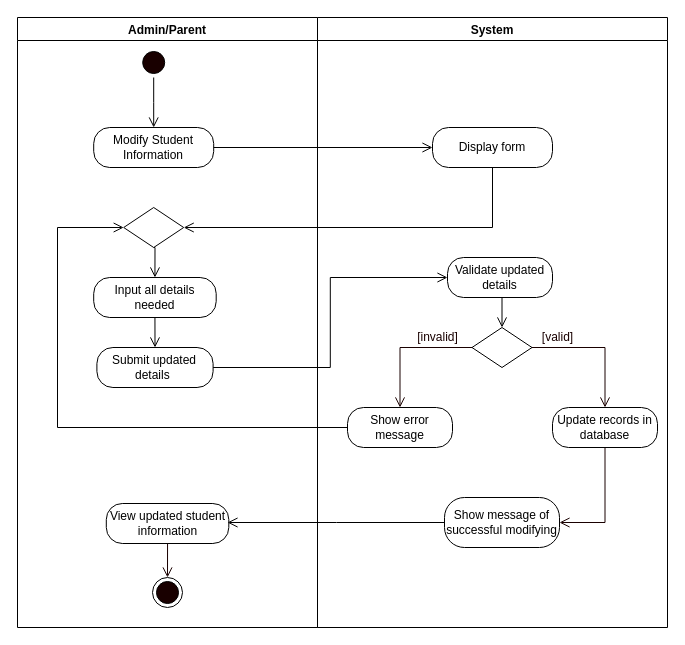
mrklglsn/CAPSTONE-FILES keeps this draw.io diagram as page "Modify Student" (3 of 8) of REVISIONS/UML-DIAGRAMS/6-9-2021/ACTIVITY DIAGRAM/ACTIVITY DIAGRAM.drawio. Above is the earlier version. Source tidied: cells renumbered, new cells numbered last; positions are measured from the earlier drawing's top-left corner, leaving out a move shared by most shapes. Both pictures are drawn from the tidied source at 100%, with x=0, y=0 at pixel (17, 17).
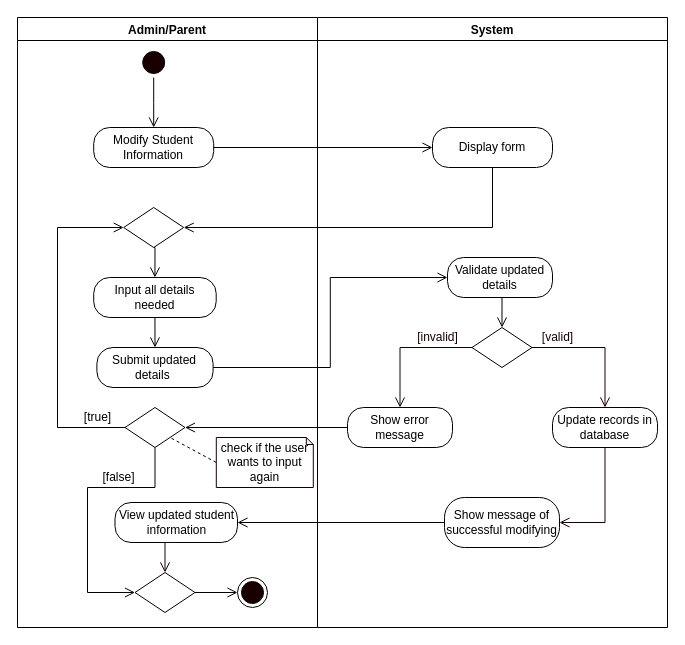
After the change.

The change refers to these unchanged cells:
```xml
<mxCell id="2" value="Admin/Parent" style="swimlane;startSize=23;" parent="1" vertex="1">
  <mxGeometry width="300" height="610" as="geometry" />
</mxCell>
<mxCell id="10" style="rhombus;whiteSpace=wrap;html=1;" parent="2" vertex="1">
  <mxGeometry x="106.2" y="190" width="60" height="40" as="geometry" />
</mxCell>
<mxCell id="20" value="Show error message" style="rounded=1;whiteSpace=wrap;html=1;arcSize=40;" parent="14" vertex="1">
  <mxGeometry x="30" y="390" width="105" height="40" as="geometry" />
</mxCell>
<mxCell id="25" value="Show message of successful modifying" style="rounded=1;whiteSpace=wrap;html=1;arcSize=40;" parent="14" vertex="1">
  <mxGeometry x="127" y="480" width="115" height="50" as="geometry" />
</mxCell>
```

Change to the diagram source:
```diff
@@
     <mxCell id="11" value="View updated student information" style="rounded=1;whiteSpace=wrap;html=1;arcSize=40;" parent="2" vertex="1">
-      <mxGeometry x="88.8" y="486" width="122.5" height="40" as="geometry" />
+      <mxGeometry x="97.5" y="485" width="122.5" height="40" as="geometry" />
     </mxCell>
     <mxCell id="12" style="ellipse;html=1;shape=endState;fillColor=#190000;" parent="2" vertex="1">
-      <mxGeometry x="135" y="560" width="30" height="30" as="geometry" />
+      <mxGeometry x="220" y="560" width="30" height="30" as="geometry" />
     </mxCell>
-    <mxCell id="13" style="edgeStyle=orthogonalEdgeStyle;rounded=0;jettySize=auto;html=1;exitX=0.5;exitY=1;exitDx=0;exitDy=0;fontColor=#FFFFFF;endArrow=open;endFill=0;endSize=8;strokeColor=#190000;entryX=0.5;entryY=0;entryDx=0;entryDy=0;" parent="2" edge="1" source="11">
-      <mxGeometry relative="1" as="geometry">
-        <mxPoint x="150" y="560" as="targetPoint" />
-      </mxGeometry>
+    <mxCell id="13" style="edgeStyle=orthogonalEdgeStyle;rounded=0;jettySize=auto;html=1;exitX=0.5;exitY=1;exitDx=0;exitDy=0;fontColor=#FFFFFF;endArrow=open;endFill=0;endSize=8;strokeColor=#190000;entryX=0.5;entryY=0;entryDx=0;entryDy=0;" parent="2" edge="1" source="11" target="33">
+      <mxGeometry relative="1" as="geometry" />
     </mxCell>
+    <mxCell id="32" style="edgeStyle=orthogonalEdgeStyle;rounded=0;jettySize=auto;html=1;exitX=1;exitY=0.5;exitDx=0;exitDy=0;entryX=0;entryY=0.5;entryDx=0;entryDy=0;endArrow=open;endFill=0;endSize=8;" parent="2" edge="1" source="33" target="12">
+      <mxGeometry relative="1" as="geometry" />
+    </mxCell>
+    <mxCell id="33" style="rhombus;whiteSpace=wrap;html=1;" parent="2" vertex="1">
+      <mxGeometry x="117.5" y="555" width="60" height="40" as="geometry" />
+    </mxCell>
+    <mxCell id="34" value="[false]" style="text;html=1;align=center;verticalAlign=middle;strokeColor=none;" parent="2" vertex="1">
+      <mxGeometry x="76.2" y="450" width="50" height="20" as="geometry" />
+    </mxCell>
@@
-    <mxCell id="30" style="edgeStyle=orthogonalEdgeStyle;rounded=0;jettySize=auto;html=1;exitX=0;exitY=0.5;exitDx=0;exitDy=0;endArrow=open;endFill=0;endSize=8;entryX=0;entryY=0.5;entryDx=0;entryDy=0;" parent="1" edge="1" source="20" target="10">
+    <mxCell id="30" style="edgeStyle=orthogonalEdgeStyle;rounded=0;jettySize=auto;html=1;exitX=0;exitY=0.5;exitDx=0;exitDy=0;endArrow=open;endFill=0;endSize=8;entryX=0;entryY=0.5;entryDx=0;entryDy=0;" parent="1" edge="1" source="36" target="10">
       <mxGeometry relative="1" as="geometry">
         <Array as="points">
           <mxPoint x="40" y="410" />
           <mxPoint x="40" y="210" />
         </Array>
       </mxGeometry>
     </mxCell>
-    <mxCell id="31" style="edgeStyle=orthogonalEdgeStyle;rounded=0;jettySize=auto;html=1;exitX=0;exitY=0.5;exitDx=0;exitDy=0;endArrow=open;endFill=0;endSize=8;" parent="1" edge="1" source="25">
-      <mxGeometry relative="1" as="geometry">
-        <mxPoint x="210" y="505" as="targetPoint" />
-      </mxGeometry>
+    <mxCell id="31" style="edgeStyle=orthogonalEdgeStyle;rounded=0;jettySize=auto;html=1;exitX=0;exitY=0.5;exitDx=0;exitDy=0;endArrow=open;endFill=0;endSize=8;entryX=1;entryY=0.5;entryDx=0;entryDy=0;" parent="1" edge="1" source="25" target="11">
+      <mxGeometry relative="1" as="geometry" />
     </mxCell>
+    <mxCell id="35" style="edgeStyle=orthogonalEdgeStyle;rounded=0;jettySize=auto;html=1;exitX=0.5;exitY=1;exitDx=0;exitDy=0;entryX=0;entryY=0.5;entryDx=0;entryDy=0;endArrow=open;endFill=0;endSize=8;" parent="1" edge="1" source="36" target="33">
+      <mxGeometry relative="1" as="geometry">
+        <Array as="points">
+          <mxPoint x="138" y="470" />
+          <mxPoint x="70" y="470" />
+          <mxPoint x="70" y="575" />
+        </Array>
+      </mxGeometry>
+    </mxCell>
+    <mxCell id="36" style="rhombus;whiteSpace=wrap;html=1;" parent="1" vertex="1">
+      <mxGeometry x="107.5" y="390" width="60" height="40" as="geometry" />
+    </mxCell>
+    <mxCell id="37" style="edgeStyle=none;rounded=0;jettySize=auto;html=1;exitX=0;exitY=0.5;exitDx=0;exitDy=0;exitPerimeter=0;entryX=1;entryY=1;entryDx=0;entryDy=0;dashed=1;endArrow=none;endFill=0;endSize=8;" parent="1" edge="1" source="38" target="36">
+      <mxGeometry relative="1" as="geometry" />
+    </mxCell>
+    <mxCell id="38" value="check if the user wants to input again" style="shape=note;whiteSpace=wrap;html=1;backgroundOutline=1;darkOpacity=0.05;strokeColor=#190000;size=7;" parent="1" vertex="1">
+      <mxGeometry x="198.8" y="420" width="97" height="50" as="geometry" />
+    </mxCell>
+    <mxCell id="39" style="edgeStyle=orthogonalEdgeStyle;rounded=0;jettySize=auto;html=1;exitX=0;exitY=0.5;exitDx=0;exitDy=0;entryX=1;entryY=0.5;entryDx=0;entryDy=0;endArrow=open;endFill=0;endSize=8;" parent="1" edge="1" source="20" target="36">
+      <mxGeometry relative="1" as="geometry" />
+    </mxCell>
+    <mxCell id="40" value="[true]" style="text;html=1;align=center;verticalAlign=middle;strokeColor=none;" parent="1" vertex="1">
+      <mxGeometry x="60" y="390" width="40" height="20" as="geometry" />
+    </mxCell>
```
